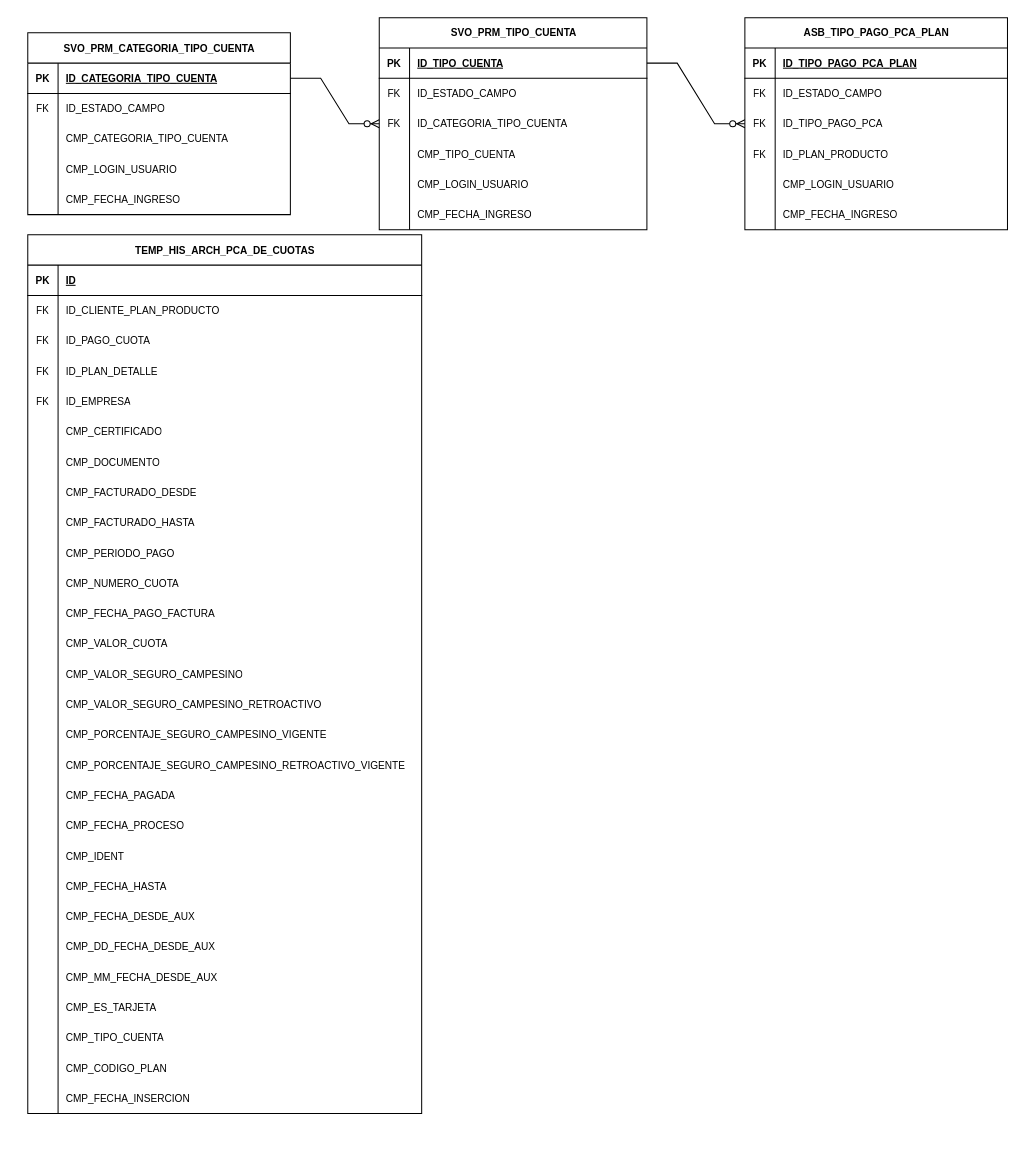
Above: Diag_PCA.drawio in dmateoval/Diagramas (draw.io), before the change. Source tidied: cells renumbered, new cells numbered last; positions are measured from the earlier drawing's top-left corner, leaving out a move shared by most shapes. Both pictures are drawn from the tidied source at 101%, with x=0, y=0 at pixel (27, 17).
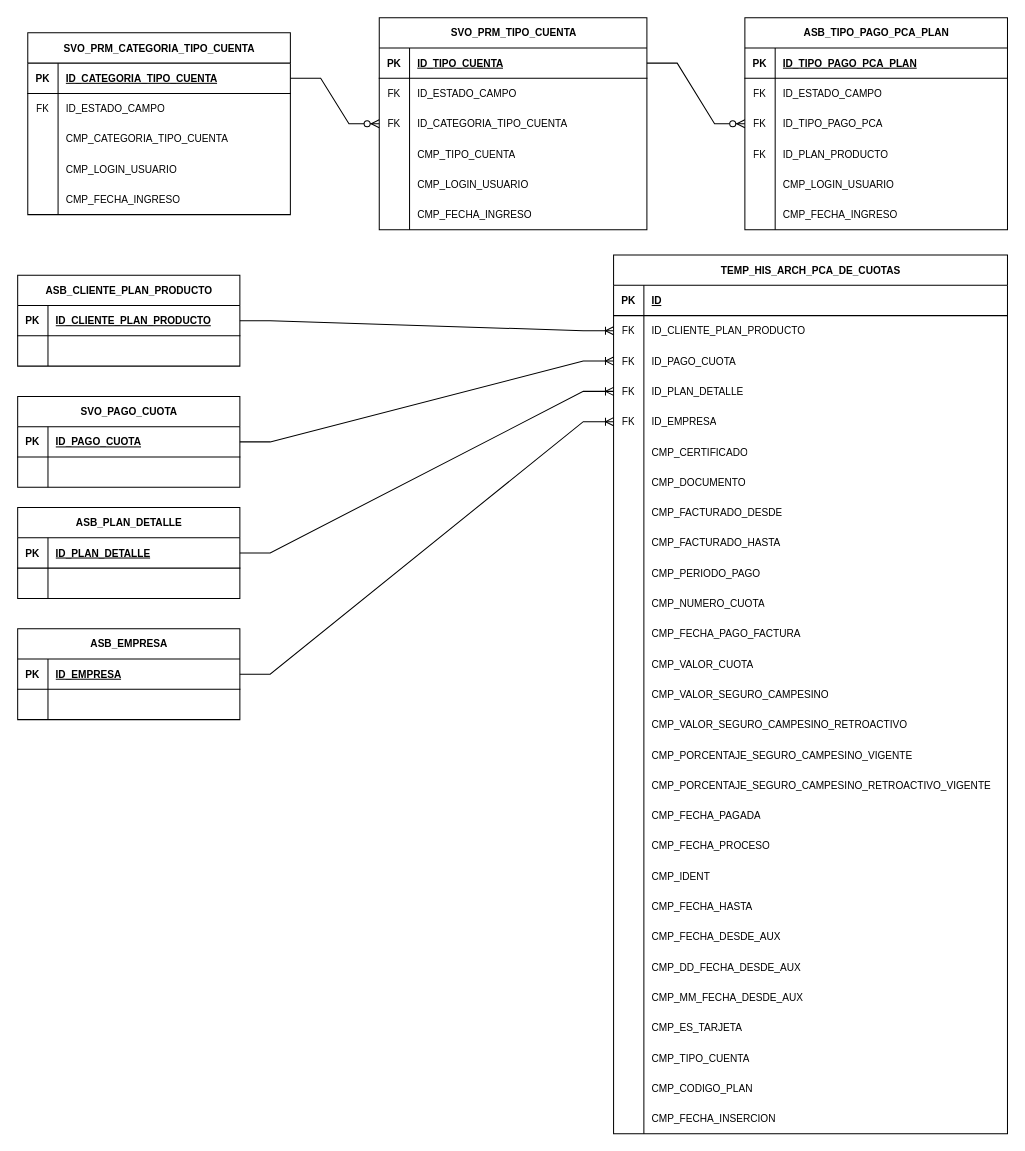
The same page after the edit.

Unchanged cells that the change refers to:
```xml
<mxCell id="62" style="shape=tableRow;horizontal=0;startSize=0;swimlaneHead=0;swimlaneBody=0;fillColor=none;points=[[0,0.5],[1,0.5]];portConstraint=eastwest;top=0;left=0;right=0;bottom=0;" parent="58" vertex="1">
  <mxGeometry y="60" width="390" height="30" as="geometry" />
</mxCell>
<mxCell id="65" style="shape=tableRow;horizontal=0;startSize=0;swimlaneHead=0;swimlaneBody=0;fillColor=none;points=[[0,0.5],[1,0.5]];portConstraint=eastwest;top=0;left=0;right=0;bottom=0;" parent="58" vertex="1">
  <mxGeometry y="90" width="390" height="30" as="geometry" />
</mxCell>
<mxCell id="68" style="shape=tableRow;horizontal=0;startSize=0;swimlaneHead=0;swimlaneBody=0;fillColor=none;points=[[0,0.5],[1,0.5]];portConstraint=eastwest;top=0;left=0;right=0;bottom=0;" parent="58" vertex="1">
  <mxGeometry y="120" width="390" height="30" as="geometry" />
</mxCell>
<mxCell id="71" style="shape=tableRow;horizontal=0;startSize=0;swimlaneHead=0;swimlaneBody=0;fillColor=none;points=[[0,0.5],[1,0.5]];portConstraint=eastwest;top=0;left=0;right=0;bottom=0;" parent="58" vertex="1">
  <mxGeometry y="150" width="390" height="30" as="geometry" />
</mxCell>
```

Change to the diagram source:
```diff
@@
     <mxCell id="58" value="TEMP_HIS_ARCH_PCA_DE_CUOTAS" style="shape=table;startSize=30;childLayout=tableLayout;rowLines=0;fontStyle=1;align=center;html=1;fontSize=10;" parent="1" vertex="1">
-      <mxGeometry y="215" width="390" height="870" as="geometry" />
+      <mxGeometry x="580" y="235" width="390" height="870" as="geometry" />
     </mxCell>
@@
+    <mxCell id="143" value="ASB_CLIENTE_PLAN_PRODUCTO" style="shape=table;startSize=30;childLayout=tableLayout;rowLines=0;fontStyle=1;align=center;html=1;fontSize=10;" parent="1" vertex="1">
+      <mxGeometry x="-10" y="255" width="220" height="90" as="geometry" />
+    </mxCell>
+    <mxCell id="144" style="shape=tableRow;horizontal=0;startSize=0;swimlaneHead=0;swimlaneBody=0;fillColor=none;points=[[0,0.5],[1,0.5]];portConstraint=eastwest;top=0;left=0;right=0;bottom=1;" parent="143" vertex="1">
+      <mxGeometry y="30" width="220" height="30" as="geometry" />
+    </mxCell>
+    <mxCell id="145" value="PK" style="shape=partialRectangle;fillColor=none;top=0;left=0;bottom=0;right=0;fontStyle=1;overflow=hidden;whiteSpace=wrap;html=1;fontSize=10;" parent="144" vertex="1">
+      <mxGeometry width="30" height="30" as="geometry" />
+    </mxCell>
+    <mxCell id="146" value="ID_CLIENTE_PLAN_PRODUCTO" style="shape=partialRectangle;fillColor=none;top=0;left=0;bottom=0;right=0;align=left;spacingLeft=6;fontStyle=5;overflow=hidden;whiteSpace=wrap;html=1;fontSize=10;" parent="144" vertex="1">
+      <mxGeometry x="30" width="190" height="30" as="geometry" />
+    </mxCell>
+    <mxCell id="147" style="shape=tableRow;horizontal=0;startSize=0;swimlaneHead=0;swimlaneBody=0;fillColor=none;top=0;left=0;right=0;bottom=0;" parent="143" vertex="1">
+      <mxGeometry y="60" width="220" height="30" as="geometry" />
+    </mxCell>
+    <mxCell id="148" style="shape=partialRectangle;fillColor=none;top=0;left=0;bottom=0;right=0;overflow=hidden;whiteSpace=wrap;html=1;fontSize=10;" parent="147" vertex="1">
+      <mxGeometry width="30" height="30" as="geometry" />
+    </mxCell>
+    <mxCell id="149" style="shape=partialRectangle;fillColor=none;top=0;left=0;bottom=0;right=0;align=left;spacingLeft=6;overflow=hidden;whiteSpace=wrap;html=1;fontSize=10;" parent="147" vertex="1">
+      <mxGeometry x="30" width="190" height="30" as="geometry" />
+    </mxCell>
+    <mxCell id="150" value="SVO_PAGO_CUOTA" style="shape=table;startSize=30;childLayout=tableLayout;rowLines=0;fontStyle=1;align=center;html=1;fontSize=10;" parent="1" vertex="1">
+      <mxGeometry x="-10" y="375" width="220" height="90" as="geometry" />
+    </mxCell>
+    <mxCell id="151" style="shape=tableRow;horizontal=0;startSize=0;swimlaneHead=0;swimlaneBody=0;fillColor=none;points=[[0,0.5],[1,0.5]];portConstraint=eastwest;top=0;left=0;right=0;bottom=1;" parent="150" vertex="1">
+      <mxGeometry y="30" width="220" height="30" as="geometry" />
+    </mxCell>
+    <mxCell id="152" value="PK" style="shape=partialRectangle;fillColor=none;top=0;left=0;bottom=0;right=0;fontStyle=1;overflow=hidden;whiteSpace=wrap;html=1;fontSize=10;" parent="151" vertex="1">
+      <mxGeometry width="30" height="30" as="geometry" />
+    </mxCell>
+    <mxCell id="153" value="ID_PAGO_CUOTA" style="shape=partialRectangle;fillColor=none;top=0;left=0;bottom=0;right=0;align=left;spacingLeft=6;fontStyle=5;overflow=hidden;whiteSpace=wrap;html=1;fontSize=10;" parent="151" vertex="1">
+      <mxGeometry x="30" width="190" height="30" as="geometry" />
+    </mxCell>
+    <mxCell id="154" style="shape=tableRow;horizontal=0;startSize=0;swimlaneHead=0;swimlaneBody=0;fillColor=none;top=0;left=0;right=0;bottom=0;" parent="150" vertex="1">
+      <mxGeometry y="60" width="220" height="30" as="geometry" />
+    </mxCell>
+    <mxCell id="155" style="shape=partialRectangle;fillColor=none;top=0;left=0;bottom=0;right=0;overflow=hidden;whiteSpace=wrap;html=1;fontSize=10;" parent="154" vertex="1">
+      <mxGeometry width="30" height="30" as="geometry" />
+    </mxCell>
+    <mxCell id="156" style="shape=partialRectangle;fillColor=none;top=0;left=0;bottom=0;right=0;align=left;spacingLeft=6;overflow=hidden;whiteSpace=wrap;html=1;fontSize=10;" parent="154" vertex="1">
+      <mxGeometry x="30" width="190" height="30" as="geometry" />
+    </mxCell>
+    <mxCell id="157" value="ASB_PLAN_DETALLE" style="shape=table;startSize=30;childLayout=tableLayout;rowLines=0;fontStyle=1;align=center;html=1;fontSize=10;" parent="1" vertex="1">
+      <mxGeometry x="-10" y="485" width="220" height="90" as="geometry" />
+    </mxCell>
+    <mxCell id="158" style="shape=tableRow;horizontal=0;startSize=0;swimlaneHead=0;swimlaneBody=0;fillColor=none;points=[[0,0.5],[1,0.5]];portConstraint=eastwest;top=0;left=0;right=0;bottom=1;" parent="157" vertex="1">
+      <mxGeometry y="30" width="220" height="30" as="geometry" />
+    </mxCell>
+    <mxCell id="159" value="PK" style="shape=partialRectangle;fillColor=none;top=0;left=0;bottom=0;right=0;fontStyle=1;overflow=hidden;whiteSpace=wrap;html=1;fontSize=10;" parent="158" vertex="1">
+      <mxGeometry width="30" height="30" as="geometry" />
+    </mxCell>
+    <mxCell id="160" value="ID_PLAN_DETALLE" style="shape=partialRectangle;fillColor=none;top=0;left=0;bottom=0;right=0;align=left;spacingLeft=6;fontStyle=5;overflow=hidden;whiteSpace=wrap;html=1;fontSize=10;" parent="158" vertex="1">
+      <mxGeometry x="30" width="190" height="30" as="geometry" />
+    </mxCell>
+    <mxCell id="161" style="shape=tableRow;horizontal=0;startSize=0;swimlaneHead=0;swimlaneBody=0;fillColor=none;top=0;left=0;right=0;bottom=0;" parent="157" vertex="1">
+      <mxGeometry y="60" width="220" height="30" as="geometry" />
+    </mxCell>
+    <mxCell id="162" style="shape=partialRectangle;fillColor=none;top=0;left=0;bottom=0;right=0;overflow=hidden;whiteSpace=wrap;html=1;fontSize=10;" parent="161" vertex="1">
+      <mxGeometry width="30" height="30" as="geometry" />
+    </mxCell>
+    <mxCell id="163" style="shape=partialRectangle;fillColor=none;top=0;left=0;bottom=0;right=0;align=left;spacingLeft=6;overflow=hidden;whiteSpace=wrap;html=1;fontSize=10;" parent="161" vertex="1">
+      <mxGeometry x="30" width="190" height="30" as="geometry" />
+    </mxCell>
+    <mxCell id="164" value="ASB_EMPRESA" style="shape=table;startSize=30;childLayout=tableLayout;rowLines=0;fontStyle=1;align=center;html=1;fontSize=10;" parent="1" vertex="1">
+      <mxGeometry x="-10" y="605" width="220" height="90" as="geometry" />
+    </mxCell>
+    <mxCell id="165" style="shape=tableRow;horizontal=0;startSize=0;swimlaneHead=0;swimlaneBody=0;fillColor=none;points=[[0,0.5],[1,0.5]];portConstraint=eastwest;top=0;left=0;right=0;bottom=1;" parent="164" vertex="1">
+      <mxGeometry y="30" width="220" height="30" as="geometry" />
+    </mxCell>
+    <mxCell id="166" value="PK" style="shape=partialRectangle;fillColor=none;top=0;left=0;bottom=0;right=0;fontStyle=1;overflow=hidden;whiteSpace=wrap;html=1;fontSize=10;" parent="165" vertex="1">
+      <mxGeometry width="30" height="30" as="geometry" />
+    </mxCell>
+    <mxCell id="167" value="ID_EMPRESA" style="shape=partialRectangle;fillColor=none;top=0;left=0;bottom=0;right=0;align=left;spacingLeft=6;fontStyle=5;overflow=hidden;whiteSpace=wrap;html=1;fontSize=10;" parent="165" vertex="1">
+      <mxGeometry x="30" width="190" height="30" as="geometry" />
+    </mxCell>
+    <mxCell id="168" style="shape=tableRow;horizontal=0;startSize=0;swimlaneHead=0;swimlaneBody=0;fillColor=none;top=0;left=0;right=0;bottom=0;" parent="164" vertex="1">
+      <mxGeometry y="60" width="220" height="30" as="geometry" />
+    </mxCell>
+    <mxCell id="169" style="shape=partialRectangle;fillColor=none;top=0;left=0;bottom=0;right=0;overflow=hidden;whiteSpace=wrap;html=1;fontSize=10;" parent="168" vertex="1">
+      <mxGeometry width="30" height="30" as="geometry" />
+    </mxCell>
+    <mxCell id="170" style="shape=partialRectangle;fillColor=none;top=0;left=0;bottom=0;right=0;align=left;spacingLeft=6;overflow=hidden;whiteSpace=wrap;html=1;fontSize=10;" parent="168" vertex="1">
+      <mxGeometry x="30" width="190" height="30" as="geometry" />
+    </mxCell>
+    <mxCell id="171" style="edgeStyle=entityRelationEdgeStyle;fontSize=12;html=1;endArrow=ERoneToMany;rounded=0;exitX=1;exitY=0.5;exitDx=0;exitDy=0;entryX=0;entryY=0.5;entryDx=0;entryDy=0;" parent="1" edge="1" source="144" target="62">
+      <mxGeometry relative="1" as="geometry" />
+    </mxCell>
+    <mxCell id="172" style="edgeStyle=entityRelationEdgeStyle;fontSize=12;html=1;endArrow=ERoneToMany;rounded=0;exitX=1;exitY=0.5;exitDx=0;exitDy=0;" parent="1" edge="1" source="151" target="65">
+      <mxGeometry relative="1" as="geometry" />
+    </mxCell>
+    <mxCell id="173" style="edgeStyle=entityRelationEdgeStyle;fontSize=12;html=1;endArrow=ERoneToMany;rounded=0;exitX=1;exitY=0.5;exitDx=0;exitDy=0;entryX=0;entryY=0.5;entryDx=0;entryDy=0;" parent="1" edge="1" source="158" target="68">
+      <mxGeometry relative="1" as="geometry" />
+    </mxCell>
+    <mxCell id="174" style="edgeStyle=entityRelationEdgeStyle;fontSize=12;html=1;endArrow=ERoneToMany;rounded=0;exitX=1;exitY=0.5;exitDx=0;exitDy=0;" parent="1" edge="1" source="165" target="71">
+      <mxGeometry relative="1" as="geometry" />
+    </mxCell>
```
